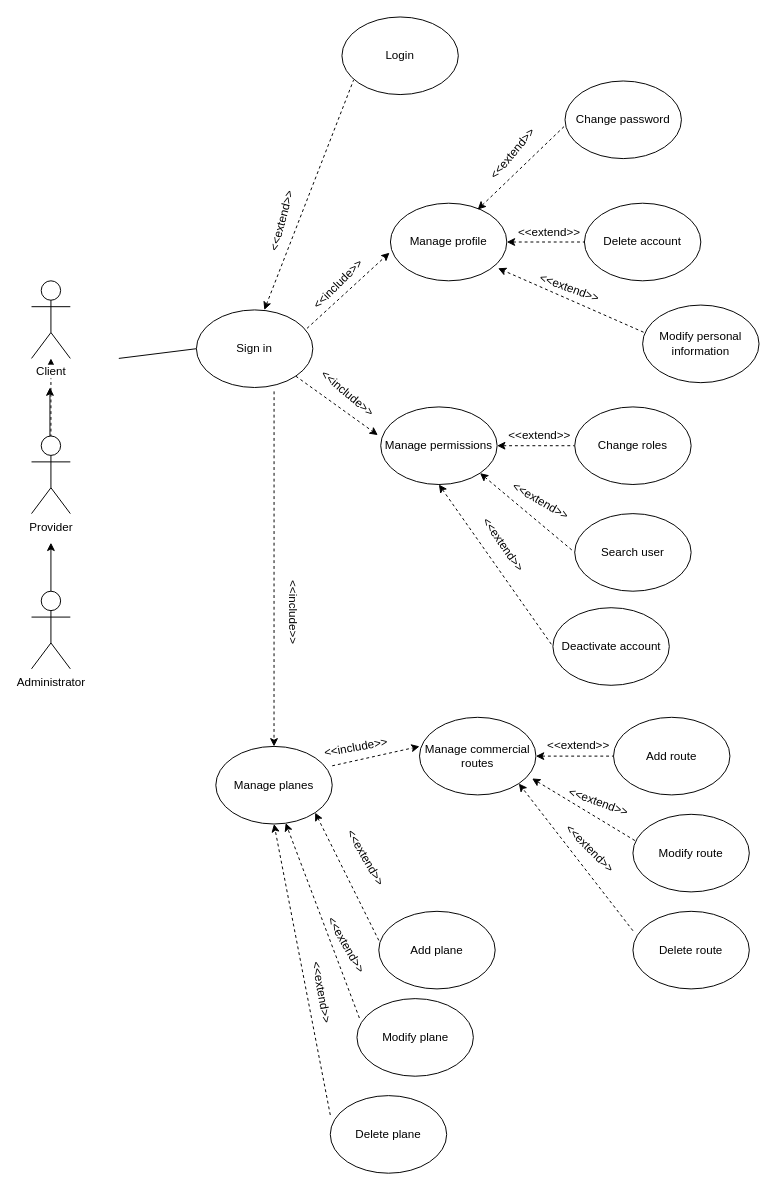
This is Vacanze use cases.drawio from NeutronBlast/IS-Ex, a draw.io file, before an edit. Source tidied: cells renumbered, new cells numbered last; positions are measured from the earlier drawing's top-left corner, leaving out a move shared by most shapes. Both pictures are drawn from the tidied source at 97%, with x=0, y=0 at pixel (31, 16).
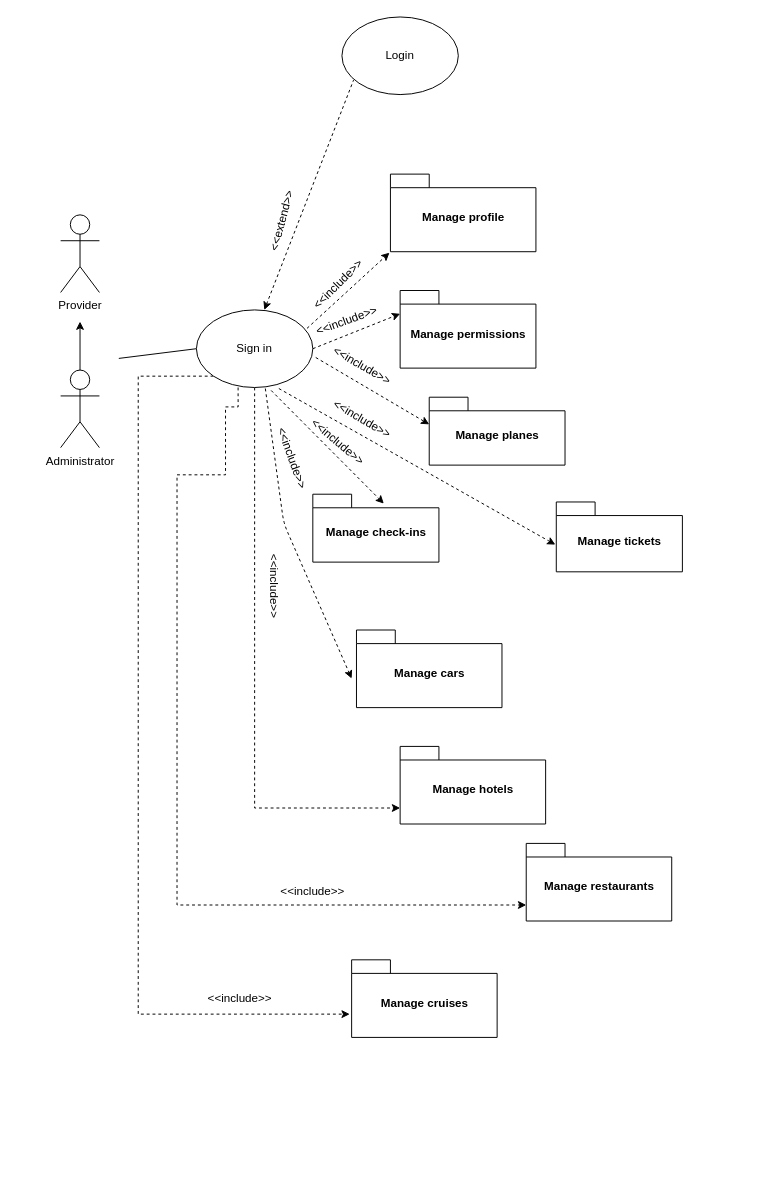
Above is the later version.

The change refers to these unchanged cells:
```xml
<mxCell id="9" value="Sign in" style="ellipse;whiteSpace=wrap;html=1;" parent="1" vertex="1">
  <mxGeometry x="170" y="302" width="120" height="80" as="geometry" />
</mxCell>
```

The edit, as a diff of the source:
```diff
@@
-    <mxCell id="2" style="edgeStyle=orthogonalEdgeStyle;rounded=0;jettySize=auto;html=1;dashed=1;startArrow=classic;startFill=1;endArrow=none;endFill=0;" parent="1" edge="1" source="3">
-      <mxGeometry relative="1" as="geometry">
-        <mxPoint x="20" y="432" as="targetPoint" />
-      </mxGeometry>
-    </mxCell>
-    <mxCell id="3" value="Client" style="shape=umlActor;verticalLabelPosition=bottom;labelBackgroundColor=#ffffff;verticalAlign=top;html=1;outlineConnect=0;" parent="1" vertex="1">
-      <mxGeometry y="272" width="40" height="80" as="geometry" />
-    </mxCell>
     <mxCell id="4" value="Provider" style="shape=umlActor;verticalLabelPosition=bottom;labelBackgroundColor=#ffffff;verticalAlign=top;html=1;" parent="1" vertex="1">
-      <mxGeometry y="432" width="40" height="80" as="geometry" />
+      <mxGeometry x="30" y="204" width="40" height="80" as="geometry" />
     </mxCell>
     <mxCell id="5" value="Administrator" style="shape=umlActor;verticalLabelPosition=bottom;labelBackgroundColor=#ffffff;verticalAlign=top;html=1;outlineConnect=0;" parent="1" vertex="1">
-      <mxGeometry y="592" width="40" height="80" as="geometry" />
+      <mxGeometry x="30" y="364" width="40" height="80" as="geometry" />
     </mxCell>
@@
     <mxCell id="7" style="endArrow=classic;html=1;exitX=0.5;exitY=0;exitDx=0;exitDy=0;exitPerimeter=0;" parent="1" edge="1" source="5">
       <mxGeometry relative="1" as="geometry">
-        <mxPoint x="20" y="542" as="targetPoint" />
+        <mxPoint x="50" y="314" as="targetPoint" />
       </mxGeometry>
     </mxCell>
-    <mxCell id="8" style="endArrow=classic;html=1;exitX=0.5;exitY=0;exitDx=0;exitDy=0;exitPerimeter=0;" parent="1" edge="1">
-      <mxGeometry relative="1" as="geometry">
-        <mxPoint x="19" y="432" as="sourcePoint" />
-        <mxPoint x="19" y="382" as="targetPoint" />
-      </mxGeometry>
-    </mxCell>
+    <mxCell id="61" style="edgeStyle=orthogonalEdgeStyle;rounded=0;jettySize=auto;html=1;exitX=0.5;exitY=1;exitDx=0;exitDy=0;entryX=0;entryY=0;entryDx=0;entryDy=63.5;entryPerimeter=0;dashed=1;startArrow=none;startFill=0;endArrow=classic;endFill=1;" parent="1" edge="1" source="9" target="75">
+      <mxGeometry relative="1" as="geometry" />
+    </mxCell>
+    <mxCell id="62" style="edgeStyle=orthogonalEdgeStyle;rounded=0;jettySize=auto;html=1;exitX=0.358;exitY=1;exitDx=0;exitDy=0;entryX=0;entryY=0;entryDx=0;entryDy=63.5;entryPerimeter=0;dashed=1;startArrow=none;startFill=0;endArrow=classic;endFill=1;exitPerimeter=0;" parent="1" edge="1" source="9" target="76">
+      <mxGeometry relative="1" as="geometry">
+        <Array as="points">
+          <mxPoint x="213" y="402" />
+          <mxPoint x="200" y="402" />
+          <mxPoint x="200" y="472" />
+          <mxPoint x="150" y="472" />
+          <mxPoint x="150" y="916" />
+        </Array>
+      </mxGeometry>
+    </mxCell>
+    <mxCell id="63" style="edgeStyle=orthogonalEdgeStyle;rounded=0;jettySize=auto;html=1;exitX=0;exitY=1;exitDx=0;exitDy=0;entryX=-0.013;entryY=0.7;entryDx=0;entryDy=0;entryPerimeter=0;dashed=1;startArrow=none;startFill=0;endArrow=classic;endFill=1;" parent="1" edge="1" source="9" target="78">
+      <mxGeometry relative="1" as="geometry">
+        <Array as="points">
+          <mxPoint x="110" y="370" />
+          <mxPoint x="110" y="1028" />
+        </Array>
+      </mxGeometry>
+    </mxCell>
@@
-    <mxCell id="10" style="edgeStyle=orthogonalEdgeStyle;rounded=0;jettySize=auto;html=1;dashed=1;startArrow=classic;startFill=1;endArrow=none;endFill=0;" parent="1" edge="1" source="11" target="12">
-      <mxGeometry relative="1" as="geometry" />
+    <mxCell id="10" style="edgeStyle=orthogonalEdgeStyle;rounded=0;orthogonalLoop=1;jettySize=auto;html=1;dashed=1;startArrow=classic;startFill=1;endArrow=none;endFill=0;" parent="1" edge="1">
+      <mxGeometry relative="1" as="geometry">
+        <mxPoint x="480" y="442" as="sourcePoint" />
+      </mxGeometry>
     </mxCell>
-    <mxCell id="11" value="Manage permissions" style="ellipse;whiteSpace=wrap;html=1;" parent="1" vertex="1">
-      <mxGeometry x="360" y="402" width="120" height="80" as="geometry" />
-    </mxCell>
-    <mxCell id="12" value="Change roles" style="ellipse;whiteSpace=wrap;html=1;" parent="1" vertex="1">
-      <mxGeometry x="560" y="402" width="120" height="80" as="geometry" />
-    </mxCell>
-    <mxCell id="13" style="edgeStyle=orthogonalEdgeStyle;rounded=0;jettySize=auto;html=1;dashed=1;startArrow=classic;startFill=1;endArrow=none;endFill=0;" parent="1" edge="1" source="14" target="15">
-      <mxGeometry relative="1" as="geometry" />
+    <mxCell id="13" style="edgeStyle=orthogonalEdgeStyle;rounded=0;orthogonalLoop=1;jettySize=auto;html=1;dashed=1;startArrow=classic;startFill=1;endArrow=none;endFill=0;" parent="1" edge="1">
+      <mxGeometry relative="1" as="geometry">
+        <mxPoint x="490" y="232" as="sourcePoint" />
+      </mxGeometry>
     </mxCell>
-    <mxCell id="14" value="Manage profile" style="ellipse;whiteSpace=wrap;html=1;" parent="1" vertex="1">
-      <mxGeometry x="370" y="192" width="120" height="80" as="geometry" />
-    </mxCell>
-    <mxCell id="15" value="Delete account" style="ellipse;whiteSpace=wrap;html=1;" parent="1" vertex="1">
-      <mxGeometry x="570" y="192" width="120" height="80" as="geometry" />
-    </mxCell>
@@
-    <mxCell id="19" style="endArrow=classic;html=1;dashed=1;entryX=-0.008;entryY=0.638;entryDx=0;entryDy=0;entryPerimeter=0;exitX=0.95;exitY=0.238;exitDx=0;exitDy=0;exitPerimeter=0;" parent="1" edge="1" source="9" target="14">
-      <mxGeometry relative="1" as="geometry" />
+    <mxCell id="19" style="endArrow=classic;html=1;dashed=1;entryX=-0.008;entryY=0.638;entryDx=0;entryDy=0;entryPerimeter=0;exitX=0.95;exitY=0.238;exitDx=0;exitDy=0;exitPerimeter=0;" parent="1" edge="1" source="9">
+      <mxGeometry relative="1" as="geometry">
+        <mxPoint x="369" y="243" as="targetPoint" />
+      </mxGeometry>
     </mxCell>
@@
-    <mxCell id="21" style="endArrow=none;html=1;dashed=1;startArrow=classic;startFill=1;endFill=0;" parent="1" edge="1">
-      <mxGeometry relative="1" as="geometry">
-        <mxPoint x="460" y="198.5" as="sourcePoint" />
-        <mxPoint x="550" y="112" as="targetPoint" />
-      </mxGeometry>
-    </mxCell>
-    <mxCell id="22" value="&amp;lt;&amp;lt;extend&amp;gt;&amp;gt;" style="text;html=1;align=left;verticalAlign=top;spacingTop=-4;rotation=-50;" parent="1" vertex="1">
-      <mxGeometry x="460" y="126" width="80" height="20" as="geometry" />
-    </mxCell>
-    <mxCell id="23" value="Change password" style="ellipse;whiteSpace=wrap;html=1;" parent="1" vertex="1">
-      <mxGeometry x="550" y="66" width="120" height="80" as="geometry" />
-    </mxCell>
+    <mxCell id="30" style="endArrow=classic;html=1;dashed=1;entryX=0;entryY=0.3;entryDx=0;entryDy=0;entryPerimeter=0;exitX=1;exitY=0.5;exitDx=0;exitDy=0;" parent="1" edge="1" source="9" target="11">
+      <mxGeometry relative="1" as="geometry" />
+    </mxCell>
+    <mxCell id="14" value="Manage profile" style="shape=folder;fontStyle=1;spacingTop=10;tabWidth=40;tabHeight=14;tabPosition=left;html=1;" parent="1" vertex="1">
+      <mxGeometry x="370" y="162" width="150" height="80" as="geometry" />
+    </mxCell>
+    <mxCell id="11" value="Manage permissions" style="shape=folder;fontStyle=1;spacingTop=10;tabWidth=40;tabHeight=14;tabPosition=left;html=1;" parent="1" vertex="1">
+      <mxGeometry x="380" y="282" width="140" height="80" as="geometry" />
+    </mxCell>
+    <mxCell id="38" value="Manage planes" style="shape=folder;fontStyle=1;spacingTop=10;tabWidth=40;tabHeight=14;tabPosition=left;html=1;" parent="1" vertex="1">
+      <mxGeometry x="410" y="392" width="140" height="70" as="geometry" />
+    </mxCell>
+    <mxCell id="64" value="&amp;lt;&amp;lt;include&amp;gt;&amp;gt;" style="text;html=1;align=left;verticalAlign=top;spacingTop=-4;rotation=-20;" parent="1" vertex="1">
+      <mxGeometry x="290" y="302" width="80" height="20" as="geometry" />
+    </mxCell>
+    <mxCell id="65" style="endArrow=classic;html=1;dashed=1;entryX=0;entryY=0;entryDx=0;entryDy=28;entryPerimeter=0;exitX=1.025;exitY=0.613;exitDx=0;exitDy=0;exitPerimeter=0;" parent="1" edge="1" source="9" target="38">
+      <mxGeometry relative="1" as="geometry" />
+    </mxCell>
+    <mxCell id="66" value="&amp;lt;&amp;lt;include&amp;gt;&amp;gt;" style="text;html=1;align=left;verticalAlign=top;spacingTop=-4;rotation=30;" parent="1" vertex="1">
+      <mxGeometry x="305" y="352" width="80" height="20" as="geometry" />
+    </mxCell>
+    <mxCell id="67" value="Manage tickets" style="shape=folder;fontStyle=1;spacingTop=10;tabWidth=40;tabHeight=14;tabPosition=left;html=1;" parent="1" vertex="1">
+      <mxGeometry x="541" y="500" width="130" height="72" as="geometry" />
+    </mxCell>
+    <mxCell id="68" style="endArrow=classic;html=1;dashed=1;exitX=0.708;exitY=1.013;exitDx=0;exitDy=0;exitPerimeter=0;" parent="1" edge="1" source="9">
+      <mxGeometry relative="1" as="geometry">
+        <mxPoint x="540" y="544" as="targetPoint" />
+      </mxGeometry>
+    </mxCell>
+    <mxCell id="69" value="&amp;lt;&amp;lt;include&amp;gt;&amp;gt;" style="text;html=1;align=left;verticalAlign=top;spacingTop=-4;rotation=30;" parent="1" vertex="1">
+      <mxGeometry x="305" y="407" width="80" height="20" as="geometry" />
+    </mxCell>
+    <mxCell id="70" value="Manage check-ins" style="shape=folder;fontStyle=1;spacingTop=10;tabWidth=40;tabHeight=14;tabPosition=left;html=1;" parent="1" vertex="1">
+      <mxGeometry x="290" y="492" width="130" height="70" as="geometry" />
+    </mxCell>
+    <mxCell id="71" style="endArrow=classic;html=1;dashed=1;entryX=0.563;entryY=0.138;entryDx=0;entryDy=0;entryPerimeter=0;exitX=0.642;exitY=1.038;exitDx=0;exitDy=0;exitPerimeter=0;" parent="1" edge="1" source="9" target="70">
+      <mxGeometry relative="1" as="geometry" />
+    </mxCell>
     <mxCell id="24" value="&amp;lt;&amp;lt;include&amp;gt;&amp;gt;" style="text;html=1;align=left;verticalAlign=top;spacingTop=-4;rotation=40;" parent="1" vertex="1">
-      <mxGeometry x="290" y="382" width="80" height="20" as="geometry" />
+      <mxGeometry x="280" y="432" width="80" height="20" as="geometry" />
     </mxCell>
-    <mxCell id="25" value="&amp;lt;&amp;lt;extend&amp;gt;&amp;gt;" style="text;html=1;align=left;verticalAlign=top;spacingTop=-4;rotation=0;" parent="1" vertex="1">
-      <mxGeometry x="490" y="422" width="80" height="20" as="geometry" />
-    </mxCell>
-    <mxCell id="26" style="endArrow=none;html=1;dashed=1;startArrow=classic;startFill=1;endFill=0;entryX=0;entryY=0.5;entryDx=0;entryDy=0;exitX=1;exitY=1;exitDx=0;exitDy=0;" parent="1" edge="1" source="11" target="28">
-      <mxGeometry relative="1" as="geometry" />
-    </mxCell>
-    <mxCell id="27" value="&amp;lt;&amp;lt;extend&amp;gt;&amp;gt;" style="text;html=1;align=left;verticalAlign=top;spacingTop=-4;rotation=30;" parent="1" vertex="1">
-      <mxGeometry x="490" y="492" width="80" height="20" as="geometry" />
-    </mxCell>
-    <mxCell id="28" value="Search user" style="ellipse;whiteSpace=wrap;html=1;" parent="1" vertex="1">
-      <mxGeometry x="560" y="512" width="120" height="80" as="geometry" />
-    </mxCell>
-    <mxCell id="29" value="&amp;lt;&amp;lt;extend&amp;gt;&amp;gt;" style="text;html=1;align=left;verticalAlign=top;spacingTop=-4;rotation=0;" parent="1" vertex="1">
-      <mxGeometry x="500" y="212" width="80" height="20" as="geometry" />
-    </mxCell>
-    <mxCell id="30" style="endArrow=classic;html=1;dashed=1;entryX=-0.025;entryY=0.363;entryDx=0;entryDy=0;entryPerimeter=0;exitX=1;exitY=1;exitDx=0;exitDy=0;" parent="1" edge="1" source="9" target="11">
-      <mxGeometry relative="1" as="geometry" />
-    </mxCell>
-    <mxCell id="31" value="Modify personal information" style="ellipse;whiteSpace=wrap;html=1;" parent="1" vertex="1">
-      <mxGeometry x="630" y="297" width="120" height="80" as="geometry" />
-    </mxCell>
-    <mxCell id="32" style="endArrow=classic;html=1;dashed=1;entryX=0.925;entryY=0.838;entryDx=0;entryDy=0;entryPerimeter=0;exitX=0.008;exitY=0.35;exitDx=0;exitDy=0;exitPerimeter=0;" parent="1" edge="1" source="31" target="14">
-      <mxGeometry relative="1" as="geometry" />
-    </mxCell>
-    <mxCell id="33" value="&amp;lt;&amp;lt;extend&amp;gt;&amp;gt;" style="text;html=1;align=left;verticalAlign=top;spacingTop=-4;rotation=20;" parent="1" vertex="1">
-      <mxGeometry x="520" y="272" width="80" height="20" as="geometry" />
-    </mxCell>
-    <mxCell id="34" value="Deactivate account" style="ellipse;whiteSpace=wrap;html=1;" parent="1" vertex="1">
-      <mxGeometry x="537.5" y="609" width="120" height="80" as="geometry" />
-    </mxCell>
-    <mxCell id="35" value="&amp;lt;&amp;lt;extend&amp;gt;&amp;gt;" style="text;html=1;align=left;verticalAlign=top;spacingTop=-4;rotation=55;" parent="1" vertex="1">
-      <mxGeometry x="450" y="539" width="80" height="20" as="geometry" />
-    </mxCell>
-    <mxCell id="36" style="endArrow=none;html=1;dashed=1;startArrow=classic;startFill=1;endFill=0;entryX=0;entryY=0.5;entryDx=0;entryDy=0;exitX=0.5;exitY=1;exitDx=0;exitDy=0;" parent="1" edge="1" source="11" target="34">
-      <mxGeometry relative="1" as="geometry" />
-    </mxCell>
-    <mxCell id="37" style="endArrow=classic;html=1;dashed=1;exitX=0.667;exitY=1.05;exitDx=0;exitDy=0;exitPerimeter=0;" parent="1" edge="1" source="9">
-      <mxGeometry relative="1" as="geometry">
-        <mxPoint x="250" y="752" as="targetPoint" />
-      </mxGeometry>
-    </mxCell>
-    <mxCell id="38" value="Manage planes" style="ellipse;whiteSpace=wrap;html=1;" parent="1" vertex="1">
-      <mxGeometry x="190" y="752" width="120" height="80" as="geometry" />
-    </mxCell>
+    <mxCell id="72" value="Manage cars" style="shape=folder;fontStyle=1;spacingTop=10;tabWidth=40;tabHeight=14;tabPosition=left;html=1;" parent="1" vertex="1">
+      <mxGeometry x="335" y="632" width="150" height="80" as="geometry" />
+    </mxCell>
+    <mxCell id="73" style="endArrow=classic;html=1;dashed=1;exitX=0.592;exitY=1.013;exitDx=0;exitDy=0;exitPerimeter=0;" parent="1" edge="1" source="9">
+      <mxGeometry relative="1" as="geometry">
+        <mxPoint x="330" y="682" as="targetPoint" />
+        <Array as="points">
+          <mxPoint x="260" y="522" />
+        </Array>
+      </mxGeometry>
+    </mxCell>
+    <mxCell id="74" value="&amp;lt;&amp;lt;include&amp;gt;&amp;gt;" style="text;html=1;align=left;verticalAlign=top;spacingTop=-4;rotation=70;" parent="1" vertex="1">
+      <mxGeometry x="230" y="449.5" width="80" height="20" as="geometry" />
+    </mxCell>
+    <mxCell id="75" value="Manage hotels" style="shape=folder;fontStyle=1;spacingTop=10;tabWidth=40;tabHeight=14;tabPosition=left;html=1;" parent="1" vertex="1">
+      <mxGeometry x="380" y="752" width="150" height="80" as="geometry" />
+    </mxCell>
     <mxCell id="39" value="&amp;lt;&amp;lt;include&amp;gt;&amp;gt;" style="text;html=1;align=left;verticalAlign=top;spacingTop=-4;rotation=90;" parent="1" vertex="1">
-      <mxGeometry x="230" y="609" width="80" height="20" as="geometry" />
+      <mxGeometry x="210" y="582" width="80" height="20" as="geometry" />
     </mxCell>
-    <mxCell id="40" style="endArrow=classic;html=1;dashed=1;exitX=0.087;exitY=1.224;exitDx=0;exitDy=0;exitPerimeter=0;" parent="1" edge="1" source="41">
-      <mxGeometry relative="1" as="geometry">
-        <mxPoint x="400" y="752" as="targetPoint" />
-      </mxGeometry>
-    </mxCell>
-    <mxCell id="41" value="&amp;lt;&amp;lt;include&amp;gt;&amp;gt;" style="text;html=1;points=[];align=left;verticalAlign=top;spacingTop=-4;rotation=-10;" parent="1" vertex="1">
-      <mxGeometry x="300" y="742" width="80" height="20" as="geometry" />
-    </mxCell>
-    <mxCell id="42" style="edgeStyle=orthogonalEdgeStyle;rounded=0;jettySize=auto;html=1;dashed=1;startArrow=classic;startFill=1;endArrow=none;endFill=0;" parent="1" edge="1" source="43" target="44">
-      <mxGeometry relative="1" as="geometry" />
-    </mxCell>
-    <mxCell id="43" value="Manage commercial routes" style="ellipse;whiteSpace=wrap;html=1;" parent="1" vertex="1">
-      <mxGeometry x="400" y="722" width="120" height="80" as="geometry" />
-    </mxCell>
-    <mxCell id="44" value="Add route" style="ellipse;whiteSpace=wrap;html=1;" parent="1" vertex="1">
-      <mxGeometry x="600" y="722" width="120" height="80" as="geometry" />
-    </mxCell>
-    <mxCell id="45" style="endArrow=classic;html=1;dashed=1;entryX=1;entryY=1;entryDx=0;entryDy=0;" parent="1" edge="1" target="38">
-      <mxGeometry relative="1" as="geometry">
-        <mxPoint x="358" y="952" as="sourcePoint" />
-      </mxGeometry>
-    </mxCell>
-    <mxCell id="46" value="&amp;lt;&amp;lt;extend&amp;gt;&amp;gt;" style="text;html=1;align=left;verticalAlign=top;spacingTop=-4;rotation=60;" parent="1" vertex="1">
-      <mxGeometry x="308" y="862" width="80" height="20" as="geometry" />
-    </mxCell>
-    <mxCell id="47" value="Add plane" style="ellipse;whiteSpace=wrap;html=1;" parent="1" vertex="1">
-      <mxGeometry x="358" y="922" width="120" height="80" as="geometry" />
-    </mxCell>
-    <mxCell id="48" style="endArrow=classic;html=1;dashed=1;entryX=0.6;entryY=0.988;entryDx=0;entryDy=0;entryPerimeter=0;" parent="1" edge="1" target="38">
-      <mxGeometry relative="1" as="geometry">
-        <mxPoint x="338" y="1032" as="sourcePoint" />
-      </mxGeometry>
-    </mxCell>
-    <mxCell id="49" value="Modify plane" style="ellipse;whiteSpace=wrap;html=1;" parent="1" vertex="1">
-      <mxGeometry x="335.5" y="1012" width="120" height="80" as="geometry" />
-    </mxCell>
-    <mxCell id="50" value="&amp;lt;&amp;lt;extend&amp;gt;&amp;gt;" style="text;html=1;align=left;verticalAlign=top;spacingTop=-4;rotation=60;" parent="1" vertex="1">
-      <mxGeometry x="288" y="952" width="80" height="20" as="geometry" />
-    </mxCell>
-    <mxCell id="51" style="endArrow=classic;html=1;dashed=1;entryX=0.5;entryY=1;entryDx=0;entryDy=0;" parent="1" edge="1" target="38">
-      <mxGeometry relative="1" as="geometry">
-        <mxPoint x="308" y="1132" as="sourcePoint" />
-      </mxGeometry>
-    </mxCell>
-    <mxCell id="52" value="Delete plane" style="ellipse;whiteSpace=wrap;html=1;" parent="1" vertex="1">
-      <mxGeometry x="308" y="1112" width="120" height="80" as="geometry" />
-    </mxCell>
-    <mxCell id="53" value="&amp;lt;&amp;lt;extend&amp;gt;&amp;gt;" style="text;html=1;align=left;verticalAlign=top;spacingTop=-4;rotation=80;" parent="1" vertex="1">
-      <mxGeometry x="260" y="1002" width="80" height="20" as="geometry" />
-    </mxCell>
-    <mxCell id="54" value="&amp;lt;&amp;lt;extend&amp;gt;&amp;gt;" style="text;html=1;align=left;verticalAlign=top;spacingTop=-4;rotation=0;" parent="1" vertex="1">
-      <mxGeometry x="530" y="740.5" width="80" height="20" as="geometry" />
-    </mxCell>
-    <mxCell id="55" value="Modify route" style="ellipse;whiteSpace=wrap;html=1;" parent="1" vertex="1">
-      <mxGeometry x="620" y="822" width="120" height="80" as="geometry" />
-    </mxCell>
-    <mxCell id="56" value="Delete route" style="ellipse;whiteSpace=wrap;html=1;" parent="1" vertex="1">
-      <mxGeometry x="620" y="922" width="120" height="80" as="geometry" />
-    </mxCell>
-    <mxCell id="57" style="endArrow=classic;html=1;dashed=1;entryX=0.967;entryY=0.788;entryDx=0;entryDy=0;entryPerimeter=0;exitX=0.017;exitY=0.338;exitDx=0;exitDy=0;exitPerimeter=0;" parent="1" edge="1" source="55" target="43">
-      <mxGeometry relative="1" as="geometry" />
-    </mxCell>
-    <mxCell id="58" style="endArrow=classic;html=1;dashed=1;entryX=1;entryY=1;entryDx=0;entryDy=0;" parent="1" edge="1" target="43">
-      <mxGeometry relative="1" as="geometry">
-        <mxPoint x="620" y="942" as="sourcePoint" />
-      </mxGeometry>
-    </mxCell>
-    <mxCell id="59" value="&amp;lt;&amp;lt;extend&amp;gt;&amp;gt;" style="text;html=1;align=left;verticalAlign=top;spacingTop=-4;rotation=20;" parent="1" vertex="1">
-      <mxGeometry x="550" y="802" width="80" height="20" as="geometry" />
-    </mxCell>
-    <mxCell id="60" value="&amp;lt;&amp;lt;extend&amp;gt;&amp;gt;" style="text;html=1;align=left;verticalAlign=top;spacingTop=-4;rotation=45;" parent="1" vertex="1">
-      <mxGeometry x="540" y="852" width="80" height="20" as="geometry" />
-    </mxCell>
+    <mxCell id="76" value="Manage restaurants" style="shape=folder;fontStyle=1;spacingTop=10;tabWidth=40;tabHeight=14;tabPosition=left;html=1;" parent="1" vertex="1">
+      <mxGeometry x="510" y="852" width="150" height="80" as="geometry" />
+    </mxCell>
+    <mxCell id="77" value="&amp;lt;&amp;lt;include&amp;gt;&amp;gt;" style="text;html=1;align=left;verticalAlign=top;spacingTop=-4;rotation=0;" parent="1" vertex="1">
+      <mxGeometry x="255" y="892" width="80" height="20" as="geometry" />
+    </mxCell>
+    <mxCell id="78" value="Manage cruises" style="shape=folder;fontStyle=1;spacingTop=10;tabWidth=40;tabHeight=14;tabPosition=left;html=1;" parent="1" vertex="1">
+      <mxGeometry x="330" y="972" width="150" height="80" as="geometry" />
+    </mxCell>
+    <mxCell id="79" value="&amp;lt;&amp;lt;include&amp;gt;&amp;gt;" style="text;html=1;align=left;verticalAlign=top;spacingTop=-4;rotation=0;" parent="1" vertex="1">
+      <mxGeometry x="180" y="1002" width="80" height="20" as="geometry" />
+    </mxCell>
```
